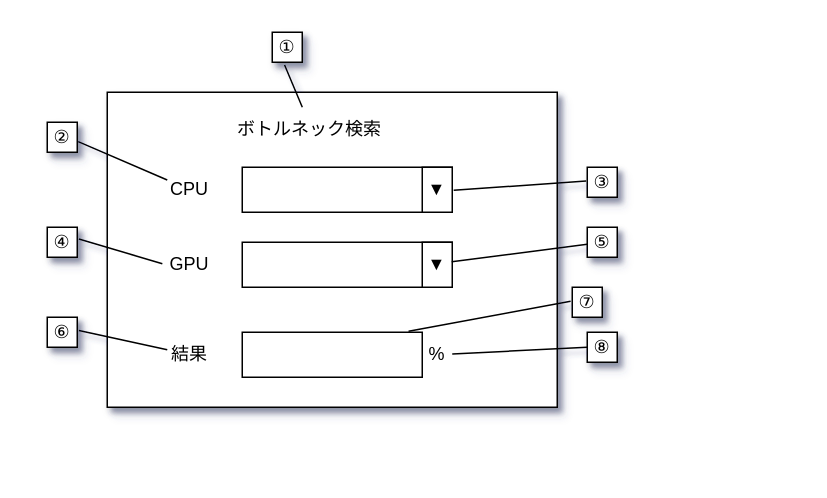
HaruShim/Sotuken keeps this draw.io diagram as 各種設計書/6.画面設計書/ベンチマーク情報検索画面.drawio. Above is the earlier version. Source tidied: cells renumbered, new cells numbered last; positions are measured from the earlier drawing's top-left corner, leaving out a move shared by most shapes. Both pictures are drawn from the tidied source at 150%, with x=0, y=0 at pixel (46, 32).
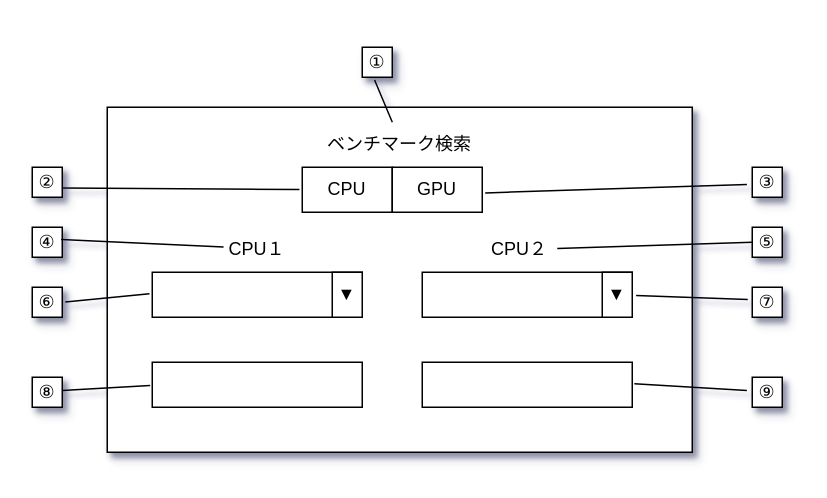
Above is the later version.

Diff of the diagram source:
```diff
@@
     <mxCell id="2" style="rounded=0;whiteSpace=wrap;html=1;shadow=1;" parent="1" vertex="1">
-      <mxGeometry x="40" y="40" width="300" height="210" as="geometry" />
+      <mxGeometry x="40" y="50" width="390" height="230" as="geometry" />
     </mxCell>
+    <mxCell id="31" style="rounded=0;whiteSpace=wrap;html=1;" parent="1" vertex="1">
+      <mxGeometry x="70" y="220" width="140" height="30" as="geometry" />
+    </mxCell>
+    <mxCell id="32" style="rounded=0;whiteSpace=wrap;html=1;" parent="1" vertex="1">
+      <mxGeometry x="250" y="220" width="140" height="30" as="geometry" />
+    </mxCell>
@@
-    <mxCell id="4" value="ボトルネック検索" style="text;html=1;strokeColor=none;fillColor=none;align=center;verticalAlign=middle;whiteSpace=wrap;rounded=0;" parent="3" vertex="1">
-      <mxGeometry x="120" y="50" width="110" height="30" as="geometry" />
+    <mxCell id="4" value="ベンチマーク検索" style="text;html=1;strokeColor=none;fillColor=none;align=center;verticalAlign=middle;whiteSpace=wrap;rounded=0;" parent="3" vertex="1">
+      <mxGeometry x="180" y="60" width="110" height="30" as="geometry" />
     </mxCell>
-    <mxCell id="5" style="rounded=0;whiteSpace=wrap;html=1;" parent="3" vertex="1">
-      <mxGeometry x="130" y="200" width="120" height="30" as="geometry" />
-    </mxCell>
     <mxCell id="6" style="rounded=0;whiteSpace=wrap;html=1;" parent="3" vertex="1">
-      <mxGeometry x="130" y="90" width="140" height="30" as="geometry" />
+      <mxGeometry x="70" y="160" width="140" height="30" as="geometry" />
     </mxCell>
-    <mxCell id="7" value="CPU" style="text;html=1;strokeColor=none;fillColor=none;align=center;verticalAlign=middle;whiteSpace=wrap;rounded=0;" parent="3" vertex="1">
-      <mxGeometry x="80" y="90" width="30" height="30" as="geometry" />
+    <mxCell id="7" value="CPU１" style="text;html=1;strokeColor=none;fillColor=none;align=center;verticalAlign=middle;whiteSpace=wrap;rounded=0;" parent="3" vertex="1">
+      <mxGeometry x="120" y="130" width="40" height="30" as="geometry" />
     </mxCell>
-    <mxCell id="8" value="GPU" style="text;html=1;strokeColor=none;fillColor=none;align=center;verticalAlign=middle;whiteSpace=wrap;rounded=0;" parent="3" vertex="1">
-      <mxGeometry x="80" y="140" width="30" height="30" as="geometry" />
-    </mxCell>
     <mxCell id="9" style="rounded=0;whiteSpace=wrap;html=1;" parent="3" vertex="1">
-      <mxGeometry x="130" y="140" width="140" height="30" as="geometry" />
+      <mxGeometry x="250" y="160" width="140" height="30" as="geometry" />
     </mxCell>
     <mxCell id="10" value="▼" style="rounded=0;whiteSpace=wrap;html=1;" parent="3" vertex="1">
-      <mxGeometry x="250" y="90" width="20" height="30" as="geometry" />
+      <mxGeometry x="190" y="160" width="20" height="30" as="geometry" />
     </mxCell>
     <mxCell id="11" value="▼" style="rounded=0;whiteSpace=wrap;html=1;" parent="3" vertex="1">
-      <mxGeometry x="250" y="140" width="20" height="30" as="geometry" />
+      <mxGeometry x="370" y="160" width="20" height="30" as="geometry" />
     </mxCell>
-    <mxCell id="12" value="結果" style="text;html=1;strokeColor=none;fillColor=none;align=center;verticalAlign=middle;whiteSpace=wrap;rounded=0;" parent="3" vertex="1">
-      <mxGeometry x="80" y="200" width="30" height="30" as="geometry" />
-    </mxCell>
-    <mxCell id="13" value="%" style="text;html=1;strokeColor=none;fillColor=none;align=center;verticalAlign=middle;whiteSpace=wrap;rounded=0;" parent="3" vertex="1">
-      <mxGeometry x="250" y="200" width="20" height="30" as="geometry" />
-    </mxCell>
+    <mxCell id="30" value="CPU２" style="text;html=1;strokeColor=none;fillColor=none;align=center;verticalAlign=middle;whiteSpace=wrap;rounded=0;" parent="3" vertex="1">
+      <mxGeometry x="290" y="130" width="50" height="30" as="geometry" />
+    </mxCell>
+    <mxCell id="33" value="CPU" style="rounded=0;whiteSpace=wrap;html=1;" parent="3" vertex="1">
+      <mxGeometry x="170" y="90" width="60" height="30" as="geometry" />
+    </mxCell>
+    <mxCell id="8" value="GPU" style="rounded=0;whiteSpace=wrap;html=1;" parent="3" vertex="1">
+      <mxGeometry x="230" y="90" width="60" height="30" as="geometry" />
+    </mxCell>
@@
     <mxCell id="15" value="①" style="whiteSpace=wrap;html=1;shadow=1;" parent="14" vertex="1">
-      <mxGeometry x="150" width="20" height="20" as="geometry" />
+      <mxGeometry x="210" y="10" width="20" height="20" as="geometry" />
     </mxCell>
+    <mxCell id="17" style="endArrow=none;html=1;rounded=0;entryX=0.411;entryY=1.094;entryDx=0;entryDy=0;entryPerimeter=0;exitX=0.455;exitY=0;exitDx=0;exitDy=0;exitPerimeter=0;" parent="14" edge="1" source="4" target="15">
+      <mxGeometry relative="1" as="geometry" />
+    </mxCell>
     <mxCell id="16" value="②" style="whiteSpace=wrap;html=1;shadow=1;" parent="14" vertex="1">
-      <mxGeometry y="60" width="20" height="20" as="geometry" />
+      <mxGeometry x="-10" y="90" width="20" height="20" as="geometry" />
     </mxCell>
-    <mxCell id="17" style="endArrow=none;html=1;rounded=0;entryX=0.411;entryY=1.094;entryDx=0;entryDy=0;entryPerimeter=0;exitX=0.455;exitY=0;exitDx=0;exitDy=0;exitPerimeter=0;" parent="14" edge="1" source="4" target="15">
-      <mxGeometry relative="1" as="geometry" />
-    </mxCell>
-    <mxCell id="18" style="endArrow=none;html=1;rounded=0;entryX=1.032;entryY=0.645;entryDx=0;entryDy=0;entryPerimeter=0;" parent="14" edge="1" source="7" target="16">
-      <mxGeometry relative="1" as="geometry" />
-    </mxCell>
+    <mxCell id="34" style="endArrow=none;html=1;rounded=0;entryX=0.989;entryY=0.689;entryDx=0;entryDy=0;entryPerimeter=0;exitX=-0.031;exitY=0.496;exitDx=0;exitDy=0;exitPerimeter=0;" parent="14" edge="1" source="33" target="16">
+      <mxGeometry relative="1" as="geometry" />
+    </mxCell>
     <mxCell id="19" value="③" style="whiteSpace=wrap;html=1;shadow=1;" parent="14" vertex="1">
-      <mxGeometry x="360" y="90" width="20" height="20" as="geometry" />
+      <mxGeometry x="470" y="90" width="20" height="20" as="geometry" />
     </mxCell>
-    <mxCell id="20" style="endArrow=none;html=1;rounded=0;exitX=1.048;exitY=0.512;exitDx=0;exitDy=0;exitPerimeter=0;entryX=-0.036;entryY=0.462;entryDx=0;entryDy=0;entryPerimeter=0;" parent="14" edge="1" source="10" target="19">
-      <mxGeometry relative="1" as="geometry" />
-    </mxCell>
+    <mxCell id="35" style="endArrow=none;html=1;rounded=0;entryX=-0.178;entryY=0.578;entryDx=0;entryDy=0;entryPerimeter=0;exitX=1.033;exitY=0.57;exitDx=0;exitDy=0;exitPerimeter=0;" parent="14" edge="1" source="8" target="19">
+      <mxGeometry relative="1" as="geometry" />
+    </mxCell>
     <mxCell id="21" value="④" style="whiteSpace=wrap;html=1;shadow=1;" parent="14" vertex="1">
-      <mxGeometry y="130" width="20" height="20" as="geometry" />
+      <mxGeometry x="-10" y="130" width="20" height="20" as="geometry" />
     </mxCell>
+    <mxCell id="36" style="endArrow=none;html=1;rounded=0;entryX=0.961;entryY=0.411;entryDx=0;entryDy=0;entryPerimeter=0;exitX=-0.061;exitY=0.441;exitDx=0;exitDy=0;exitPerimeter=0;" parent="14" edge="1" source="7" target="21">
+      <mxGeometry relative="1" as="geometry" />
+    </mxCell>
     <mxCell id="22" value="⑤" style="whiteSpace=wrap;html=1;shadow=1;" parent="14" vertex="1">
-      <mxGeometry x="360" y="130" width="20" height="20" as="geometry" />
+      <mxGeometry x="470" y="130" width="20" height="20" as="geometry" />
     </mxCell>
-    <mxCell id="23" style="endArrow=none;html=1;rounded=0;entryX=1.055;entryY=0.393;entryDx=0;entryDy=0;entryPerimeter=0;exitX=-0.109;exitY=0.476;exitDx=0;exitDy=0;exitPerimeter=0;" parent="14" edge="1" source="8" target="21">
-      <mxGeometry relative="1" as="geometry" />
-    </mxCell>
-    <mxCell id="24" style="endArrow=none;html=1;rounded=0;exitX=0.983;exitY=0.433;exitDx=0;exitDy=0;exitPerimeter=0;" parent="14" edge="1" source="11" target="22">
-      <mxGeometry relative="1" as="geometry" />
-    </mxCell>
+    <mxCell id="37" style="endArrow=none;html=1;rounded=0;entryX=0;entryY=0.5;entryDx=0;entryDy=0;entryPerimeter=0;" parent="14" edge="1" source="30" target="22">
+      <mxGeometry relative="1" as="geometry" />
+    </mxCell>
     <mxCell id="25" value="⑥" style="whiteSpace=wrap;html=1;shadow=1;" parent="14" vertex="1">
-      <mxGeometry y="190" width="20" height="20" as="geometry" />
+      <mxGeometry x="-10" y="170" width="20" height="20" as="geometry" />
     </mxCell>
+    <mxCell id="38" style="endArrow=none;html=1;rounded=0;entryX=1.1;entryY=0.494;entryDx=0;entryDy=0;entryPerimeter=0;exitX=-0.013;exitY=0.478;exitDx=0;exitDy=0;exitPerimeter=0;" parent="14" edge="1" source="6" target="25">
+      <mxGeometry relative="1" as="geometry" />
+    </mxCell>
     <mxCell id="26" value="⑦" style="whiteSpace=wrap;html=1;shadow=1;" parent="14" vertex="1">
-      <mxGeometry x="350" y="170" width="20" height="20" as="geometry" />
+      <mxGeometry x="470" y="170" width="20" height="20" as="geometry" />
     </mxCell>
-    <mxCell id="27" style="endArrow=none;html=1;rounded=0;entryX=1.055;entryY=0.444;entryDx=0;entryDy=0;entryPerimeter=0;" parent="14" edge="1" source="12" target="25">
-      <mxGeometry relative="1" as="geometry" />
-    </mxCell>
-    <mxCell id="28" style="endArrow=none;html=1;rounded=0;exitX=0.924;exitY=-0.021;exitDx=0;exitDy=0;exitPerimeter=0;entryX=-0.054;entryY=0.465;entryDx=0;entryDy=0;entryPerimeter=0;" parent="14" edge="1" source="5" target="26">
-      <mxGeometry relative="1" as="geometry" />
-    </mxCell>
+    <mxCell id="39" style="endArrow=none;html=1;rounded=0;entryX=-0.15;entryY=0.411;entryDx=0;entryDy=0;entryPerimeter=0;exitX=1.128;exitY=0.515;exitDx=0;exitDy=0;exitPerimeter=0;" parent="14" edge="1" source="11" target="26">
+      <mxGeometry relative="1" as="geometry" />
+    </mxCell>
     <mxCell id="29" value="⑧" style="whiteSpace=wrap;html=1;shadow=1;" parent="14" vertex="1">
-      <mxGeometry x="360" y="200" width="20" height="20" as="geometry" />
+      <mxGeometry x="-10" y="230" width="20" height="20" as="geometry" />
     </mxCell>
-    <mxCell id="30" style="endArrow=none;html=1;rounded=0;entryX=0;entryY=0.5;entryDx=0;entryDy=0;entryPerimeter=0;" parent="14" edge="1" source="13" target="29">
-      <mxGeometry relative="1" as="geometry" />
-    </mxCell>
+    <mxCell id="40" style="endArrow=none;html=1;rounded=0;entryX=0.989;entryY=0.439;entryDx=0;entryDy=0;entryPerimeter=0;exitX=-0.01;exitY=0.515;exitDx=0;exitDy=0;exitPerimeter=0;" parent="14" edge="1" source="31" target="29">
+      <mxGeometry relative="1" as="geometry" />
+    </mxCell>
+    <mxCell id="41" value="⑨" style="whiteSpace=wrap;html=1;shadow=1;" parent="14" vertex="1">
+      <mxGeometry x="470" y="230" width="20" height="20" as="geometry" />
+    </mxCell>
+    <mxCell id="42" style="endArrow=none;html=1;rounded=0;entryX=-0.178;entryY=0.439;entryDx=0;entryDy=0;entryPerimeter=0;exitX=1.01;exitY=0.478;exitDx=0;exitDy=0;exitPerimeter=0;" parent="14" edge="1" source="32" target="41">
+      <mxGeometry relative="1" as="geometry" />
+    </mxCell>
```
